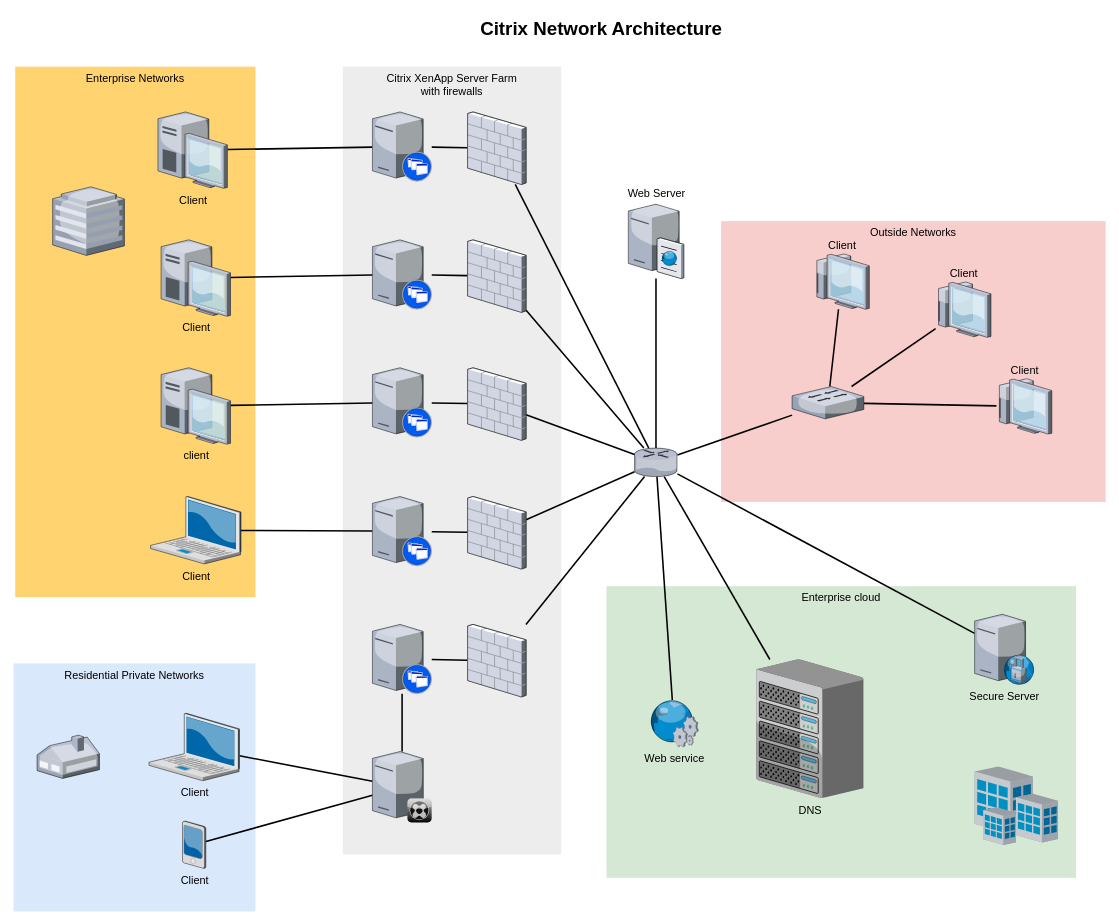
This is deployment002.drawio from cjaack2/Images_Repository, a draw.io file, before an edit. Source tidied: cells renumbered, new cells numbered last; positions are measured from the earlier drawing's top-left corner, leaving out a move shared by most shapes. Both pictures are drawn from the tidied source at 78%, with x=0, y=0 at pixel (13, 13).
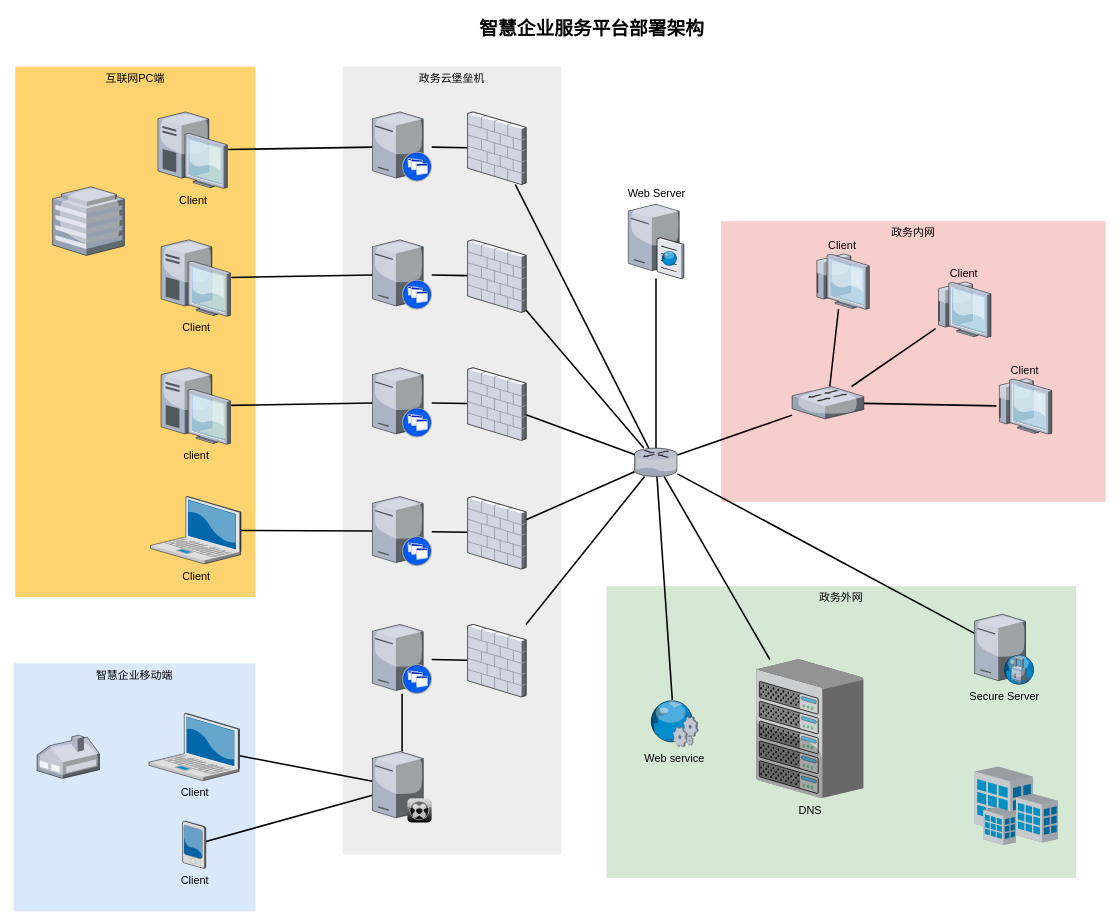
The same diagram, later.

Change to the diagram source:
```diff
@@
-    <mxCell id="2" value="Outside Networks" style="whiteSpace=wrap;html=1;fillColor=#f8cecc;fontSize=14;strokeColor=none;verticalAlign=top;" parent="1" vertex="1">
+    <mxCell id="2" value="政务内网" style="whiteSpace=wrap;html=1;fillColor=#f8cecc;fontSize=14;strokeColor=none;verticalAlign=top;" parent="1" vertex="1">
       <mxGeometry x="907" y="266" width="493" height="360" as="geometry" />
     </mxCell>
-    <mxCell id="3" value="Enterprise cloud" style="whiteSpace=wrap;html=1;fillColor=#d5e8d4;fontSize=14;strokeColor=none;verticalAlign=top;" parent="1" vertex="1">
+    <mxCell id="3" value="政务外网" style="whiteSpace=wrap;html=1;fillColor=#d5e8d4;fontSize=14;strokeColor=none;verticalAlign=top;" parent="1" vertex="1">
       <mxGeometry x="760" y="734" width="602" height="374" as="geometry" />
     </mxCell>
-    <mxCell id="4" value="Citrix XenApp Server Farm&lt;div&gt;with firewalls&lt;/div&gt;" style="whiteSpace=wrap;html=1;fillColor=#EDEDED;fontSize=14;strokeColor=none;verticalAlign=top;" parent="1" vertex="1">
+    <mxCell id="4" value="政务云堡垒机" style="whiteSpace=wrap;html=1;fillColor=#EDEDED;fontSize=14;strokeColor=none;verticalAlign=top;" parent="1" vertex="1">
       <mxGeometry x="422" y="68" width="280" height="1010" as="geometry" />
     </mxCell>
-    <mxCell id="5" value="Residential Private Networks" style="whiteSpace=wrap;html=1;fillColor=#dae8fc;fontSize=14;strokeColor=none;verticalAlign=top;" parent="1" vertex="1">
+    <mxCell id="5" value="智慧企业移动端" style="whiteSpace=wrap;html=1;fillColor=#dae8fc;fontSize=14;strokeColor=none;verticalAlign=top;" parent="1" vertex="1">
       <mxGeometry y="833" width="310" height="318" as="geometry" />
     </mxCell>
-    <mxCell id="6" value="Enterprise Networks" style="whiteSpace=wrap;html=1;fillColor=#FFD470;gradientColor=none;fontSize=14;strokeColor=none;verticalAlign=top;" parent="1" vertex="1">
+    <mxCell id="6" value="互联网PC端" style="whiteSpace=wrap;html=1;fillColor=#FFD470;gradientColor=none;fontSize=14;strokeColor=none;verticalAlign=top;" parent="1" vertex="1">
       <mxGeometry x="2" y="68" width="308" height="680" as="geometry" />
     </mxCell>
@@
-    <mxCell id="61" value="Citrix Network Architecture" style="text;strokeColor=none;fillColor=none;html=1;fontSize=24;fontStyle=1;verticalAlign=middle;align=center;" parent="1" vertex="1">
-      <mxGeometry x="322" width="861" height="40" as="geometry" />
+    <mxCell id="61" value="智慧企业服务平台部署架构" style="text;strokeColor=none;fillColor=none;html=1;fontSize=24;fontStyle=1;verticalAlign=middle;align=center;" parent="1" vertex="1">
+      <mxGeometry x="310" width="861" height="40" as="geometry" />
     </mxCell>
```
